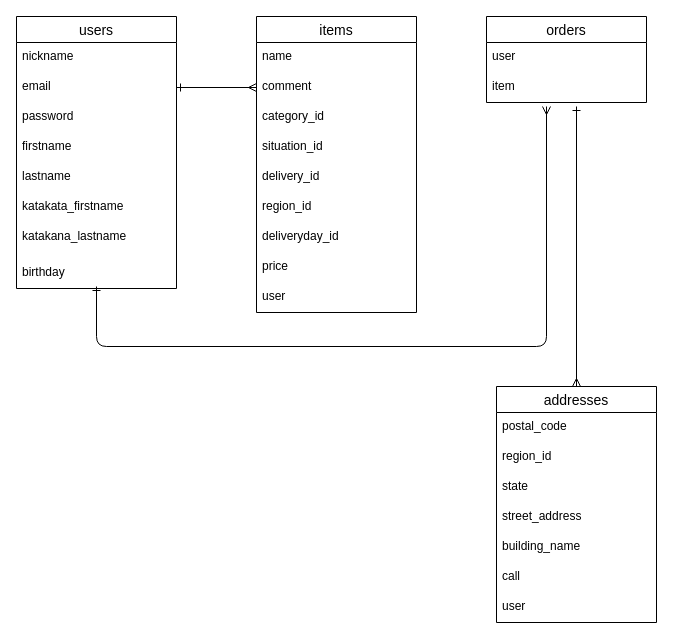
The draw.io diagram ER.dio in RiRi318/furima41235, before the edit. Source tidied: cells renumbered, new cells numbered last; positions are measured from the earlier drawing's top-left corner, leaving out a move shared by most shapes. Both pictures are drawn from the tidied source at 100%, with x=0, y=0 at pixel (16, 16).
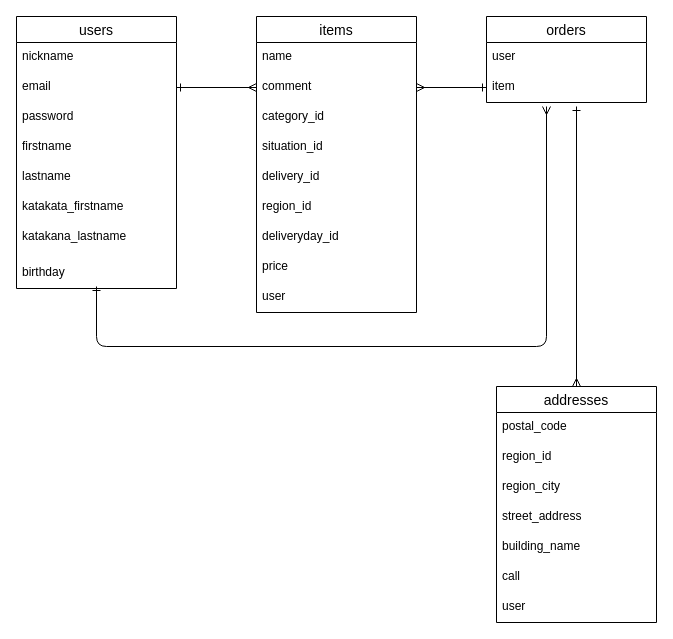
After the change.

Commit message (it also covers changes not shown here):
READ MEの修正　７

The change refers to these unchanged cells:
```xml
<mxCell id="13" value="comment" style="text;strokeColor=none;fillColor=none;spacingLeft=4;spacingRight=4;overflow=hidden;points=[[0,0.5],[1,0.5]];portConstraint=eastwest;fontSize=12;rounded=0;" parent="11" vertex="1">
  <mxGeometry y="56" width="160" height="30" as="geometry" />
</mxCell>
<mxCell id="23" value="item" style="text;strokeColor=none;fillColor=none;spacingLeft=4;spacingRight=4;overflow=hidden;points=[[0,0.5],[1,0.5]];portConstraint=eastwest;fontSize=12;rounded=0;" parent="21" vertex="1">
  <mxGeometry y="56" width="160" height="30" as="geometry" />
</mxCell>
<mxCell id="26" value="addresses" style="swimlane;fontStyle=0;horizontal=1;startSize=26;align=center;fontSize=14;" parent="1" vertex="1">
  <mxGeometry x="480" y="370" width="160" height="236" as="geometry" />
</mxCell>
```

What changed in the source:
```diff
@@
-    <mxCell id="29" value="state" style="text;strokeColor=none;fillColor=none;spacingLeft=4;spacingRight=4;overflow=hidden;fontSize=12;" parent="26" vertex="1">
+    <mxCell id="29" value="region_city" style="text;strokeColor=none;fillColor=none;spacingLeft=4;spacingRight=4;overflow=hidden;fontSize=12;" parent="26" vertex="1">
       <mxGeometry y="86" width="160" height="30" as="geometry" />
     </mxCell>
@@
+    <mxCell id="35" style="edgeStyle=none;html=1;entryX=1;entryY=0.5;entryDx=0;entryDy=0;startArrow=ERone;startFill=0;endArrow=ERmany;endFill=0;" parent="1" edge="1" source="23" target="13">
+      <mxGeometry relative="1" as="geometry" />
+    </mxCell>
```
